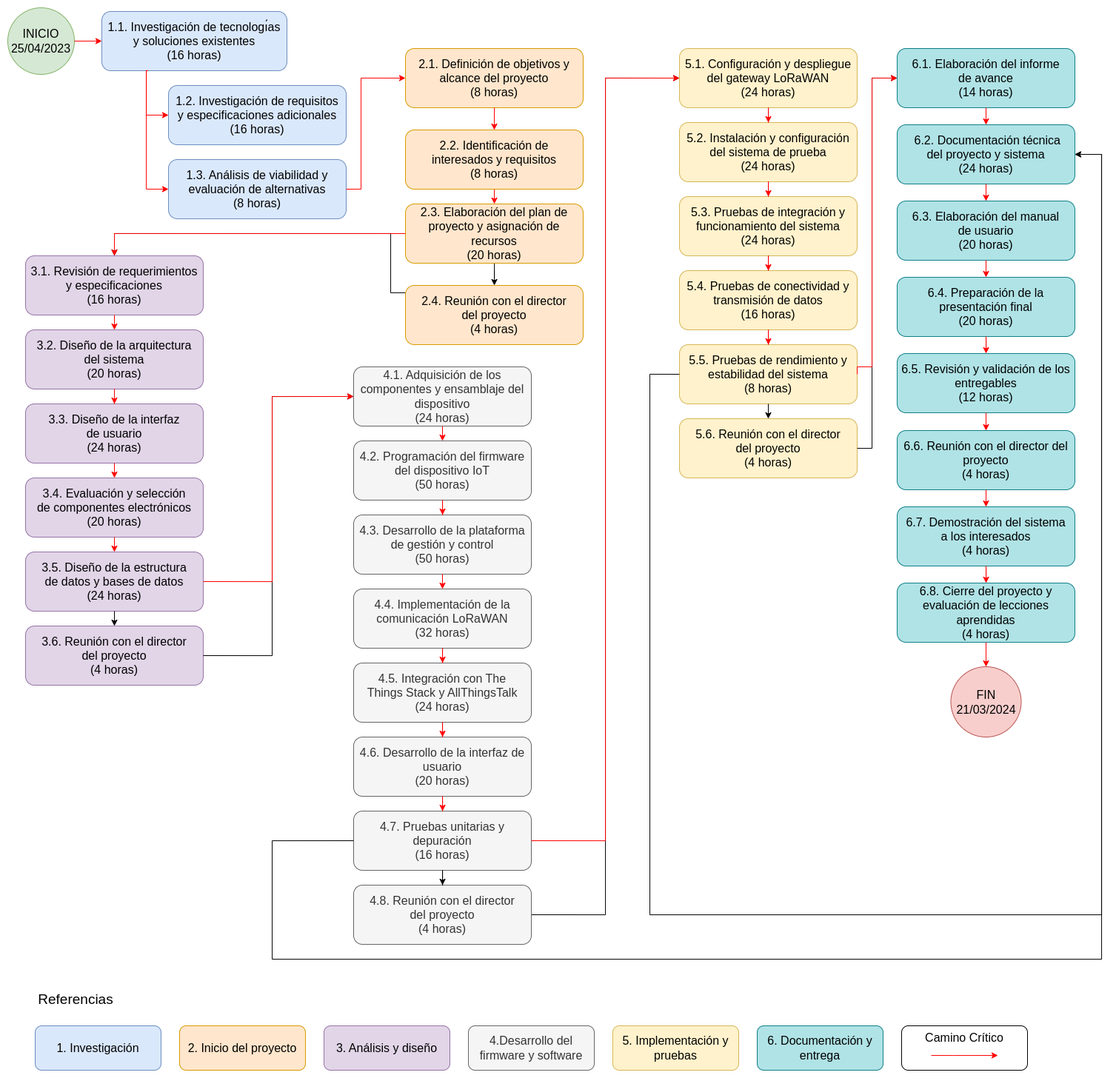
The draw.io diagram Figuras/AoN.png in nachohernandorena/Plantilla-planificacion, before a commit. Source tidied: cells renumbered, new cells last; positions are measured from the earlier drawing's top-left corner, leaving out a move shared by most shapes.
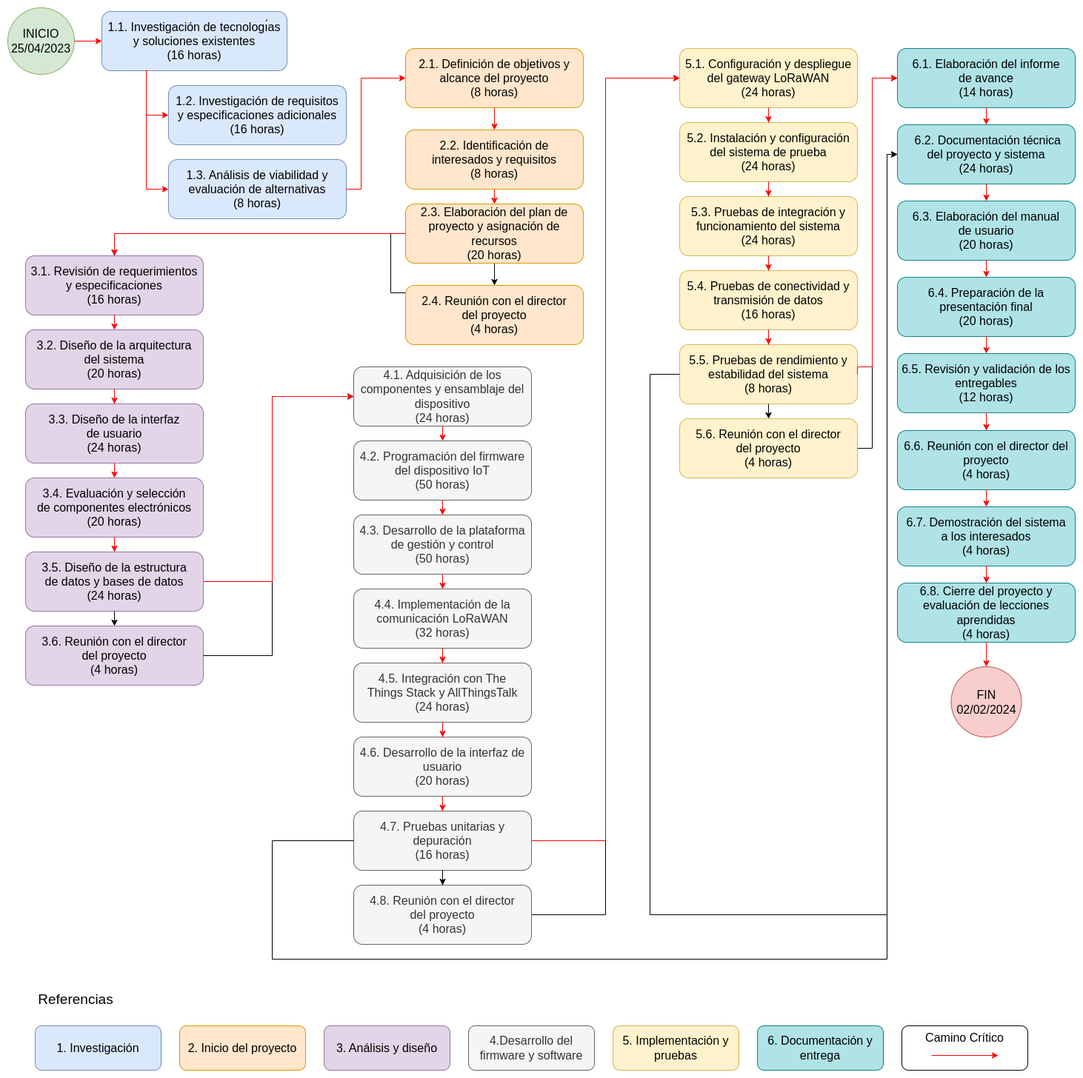
The same diagram one commit later.

Change to the diagram source:
```diff
@@ -269,7 +269,7 @@
     <mxCell id="70" style="entryX=0.5;entryY=0;entryDx=0;entryDy=0;fontSize=16;exitX=0.5;exitY=1;exitDx=0;exitDy=0;strokeColor=#FF0000;" parent="1" edge="1" source="38" target="71">
       <mxGeometry relative="1" as="geometry" />
     </mxCell>
-    <mxCell id="71" value="FIN&lt;br style=&quot;font-size: 16px;&quot;&gt;21/03/2024" style="ellipse;whiteSpace=wrap;html=1;fillColor=#f8cecc;strokeColor=#b85450;fontSize=16;" parent="1" vertex="1">
+    <mxCell id="71" value="FIN&lt;br&gt;02/02/2024" style="ellipse;whiteSpace=wrap;html=1;fillColor=#f8cecc;strokeColor=#b85450;fontSize=16;" parent="1" vertex="1">
       <mxGeometry x="1273.5" y="890" width="95" height="95" as="geometry" />
     </mxCell>
     <mxCell id="72" style="edgeStyle=orthogonalEdgeStyle;rounded=0;jettySize=auto;orthogonalGap=20;entryX=0.5;entryY=0;entryDx=0;entryDy=0;exitX=0.5;exitY=1;exitDx=0;exitDy=0;fontSize=16;strokeColor=#FF0000;" parent="1" edge="1" source="7" target="9">
@@ -300,23 +300,23 @@
     <mxCell id="79" style="edgeStyle=orthogonalEdgeStyle;rounded=0;jettySize=auto;orthogonalGap=20;fontSize=16;exitX=0.5;exitY=1;exitDx=0;exitDy=0;strokeColor=#FF0000;entryX=0.5;entryY=0;entryDx=0;entryDy=0;" parent="1" edge="1" source="76" target="19">
       <mxGeometry relative="1" as="geometry" />
     </mxCell>
-    <mxCell id="80" style="edgeStyle=orthogonalEdgeStyle;rounded=0;jettySize=auto;orthogonalGap=20;fontSize=16;exitX=0;exitY=0.5;exitDx=0;exitDy=0;entryX=1;entryY=0.5;entryDx=0;entryDy=0;" parent="1" edge="1" source="24" target="33">
+    <mxCell id="80" style="edgeStyle=orthogonalEdgeStyle;rounded=0;jettySize=auto;orthogonalGap=20;fontSize=16;exitX=0;exitY=0.5;exitDx=0;exitDy=0;entryX=0;entryY=0.5;entryDx=0;entryDy=0;" parent="1" edge="1" source="24" target="33">
       <mxGeometry relative="1" as="geometry">
         <Array as="points">
           <mxPoint x="357" y="1125" />
           <mxPoint x="357" y="1285" />
-          <mxPoint x="1477" y="1285" />
-          <mxPoint x="1477" y="198" />
+          <mxPoint x="1187" y="1285" />
+          <mxPoint x="1187" y="198" />
         </Array>
       </mxGeometry>
     </mxCell>
-    <mxCell id="81" style="edgeStyle=orthogonalEdgeStyle;rounded=0;jettySize=auto;orthogonalGap=20;fontSize=16;exitX=0;exitY=0.5;exitDx=0;exitDy=0;entryX=1;entryY=0.5;entryDx=0;entryDy=0;" parent="1" edge="1" source="30" target="33">
+    <mxCell id="81" style="edgeStyle=orthogonalEdgeStyle;rounded=0;jettySize=auto;orthogonalGap=20;fontSize=16;exitX=0;exitY=0.5;exitDx=0;exitDy=0;entryX=0;entryY=0.5;entryDx=0;entryDy=0;" parent="1" edge="1" source="30" target="33">
       <mxGeometry relative="1" as="geometry">
         <Array as="points">
           <mxPoint x="867" y="495" />
           <mxPoint x="867" y="1225" />
-          <mxPoint x="1477" y="1225" />
-          <mxPoint x="1477" y="198" />
+          <mxPoint x="1187" y="1225" />
+          <mxPoint x="1187" y="198" />
         </Array>
       </mxGeometry>
     </mxCell>
```
